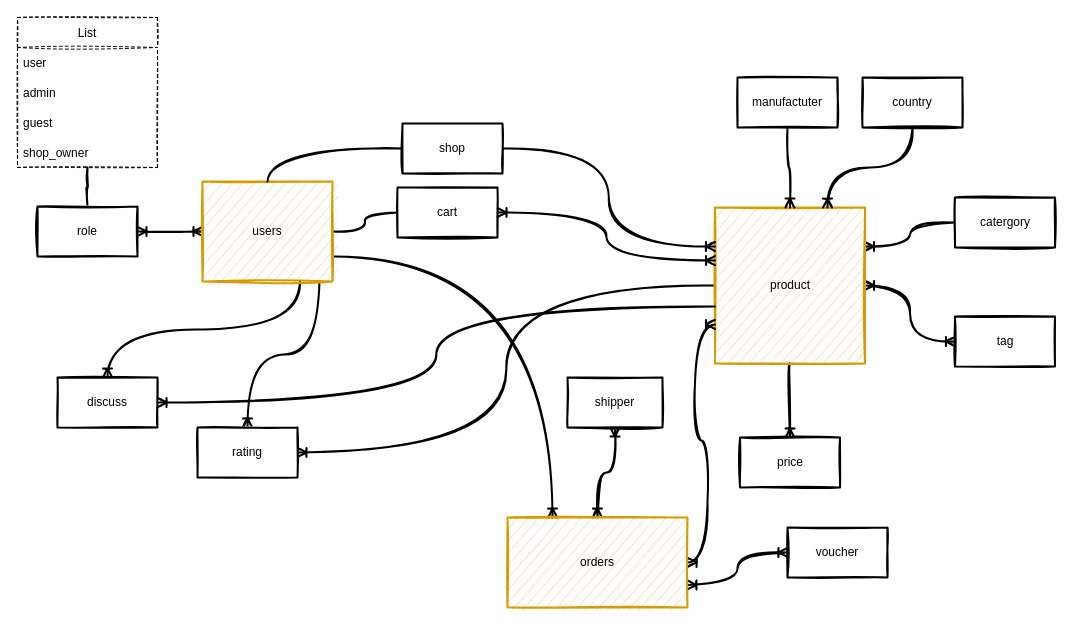
The draw.io diagram page "Primarily design" (1 of 2) of 03.Database/ProjectEcommerce/ProjectEcommerce_Design.drawio in theduonghn/Techmaster-Java, before the edit. Source tidied: cells renumbered, new cells numbered last; positions are measured from the earlier drawing's top-left corner, leaving out a move shared by most shapes. Both pictures are drawn from the tidied source at 100%, with x=0, y=0 at pixel (17, 17).
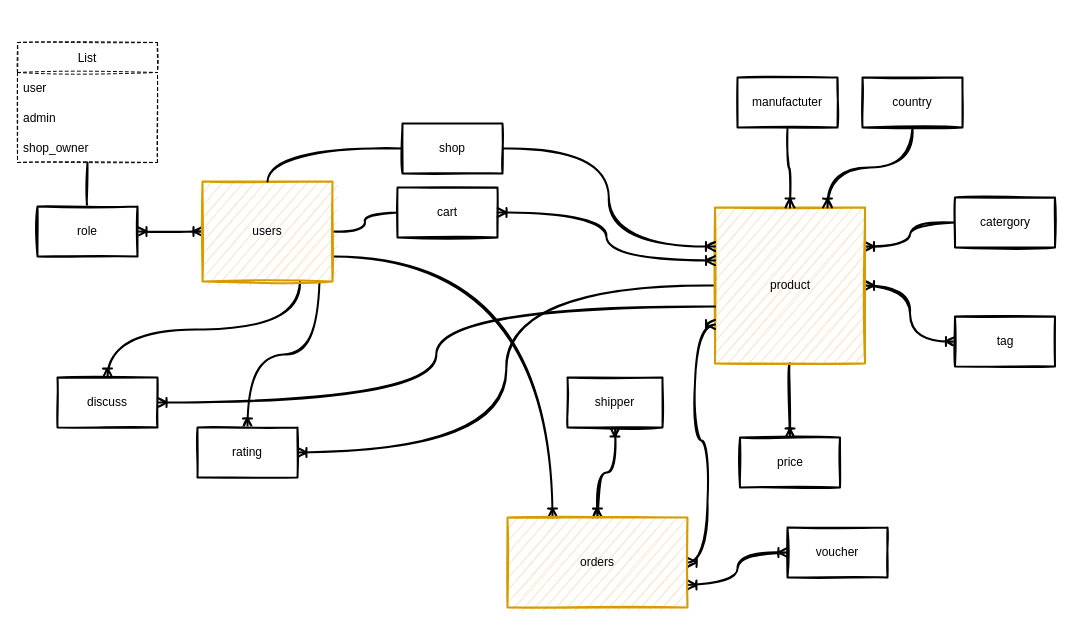
The same page after the edit.

What changed in the source:
```diff
@@
     <mxCell id="36" value="List" style="swimlane;fontStyle=0;horizontal=1;startSize=30;dashed=1;strokeWidth=1;fillColor=none;sketch=1;" parent="1" vertex="1">
-      <mxGeometry width="140" height="150" as="geometry" />
+      <mxGeometry y="25" width="140" height="120" as="geometry" />
     </mxCell>
@@
-    <mxCell id="39" value="guest" style="text;strokeColor=none;fillColor=none;align=left;verticalAlign=middle;spacingLeft=4;spacingRight=4;overflow=hidden;dashed=1;sketch=1;" parent="36" vertex="1">
-      <mxGeometry y="90" width="140" height="30" as="geometry" />
-    </mxCell>
     <mxCell id="40" value="shop_owner" style="text;strokeColor=none;fillColor=none;align=left;verticalAlign=middle;spacingLeft=4;spacingRight=4;overflow=hidden;dashed=1;sketch=1;" parent="36" vertex="1">
-      <mxGeometry y="120" width="140" height="30" as="geometry" />
+      <mxGeometry y="90" width="140" height="30" as="geometry" />
     </mxCell>
```
